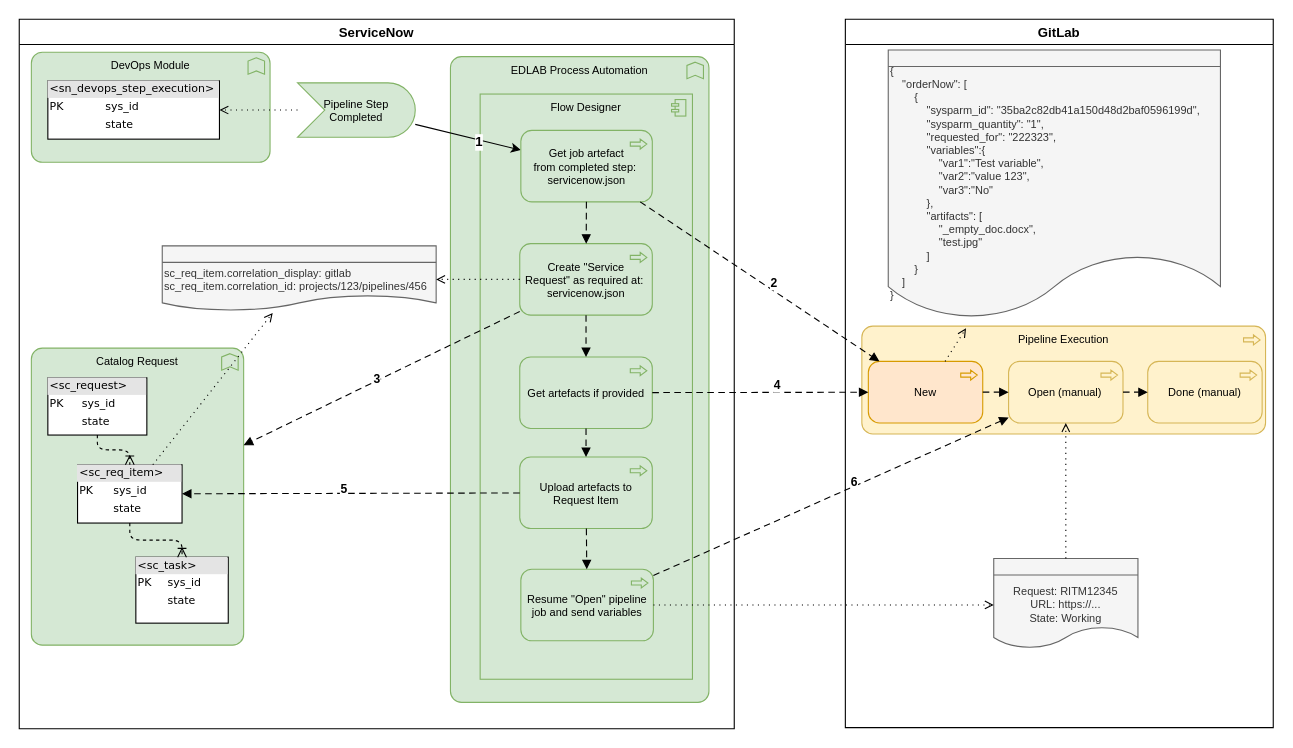
Above: page "Open" (3 of 5) of GitLab2SN.drawio in algimas/tmp (draw.io), before the change. Source tidied: cells renumbered, new cells numbered last; positions are measured from the earlier drawing's top-left corner, leaving out a move shared by most shapes. Both pictures are drawn from the tidied source at 110%, with x=0, y=0 at pixel (19, 19).
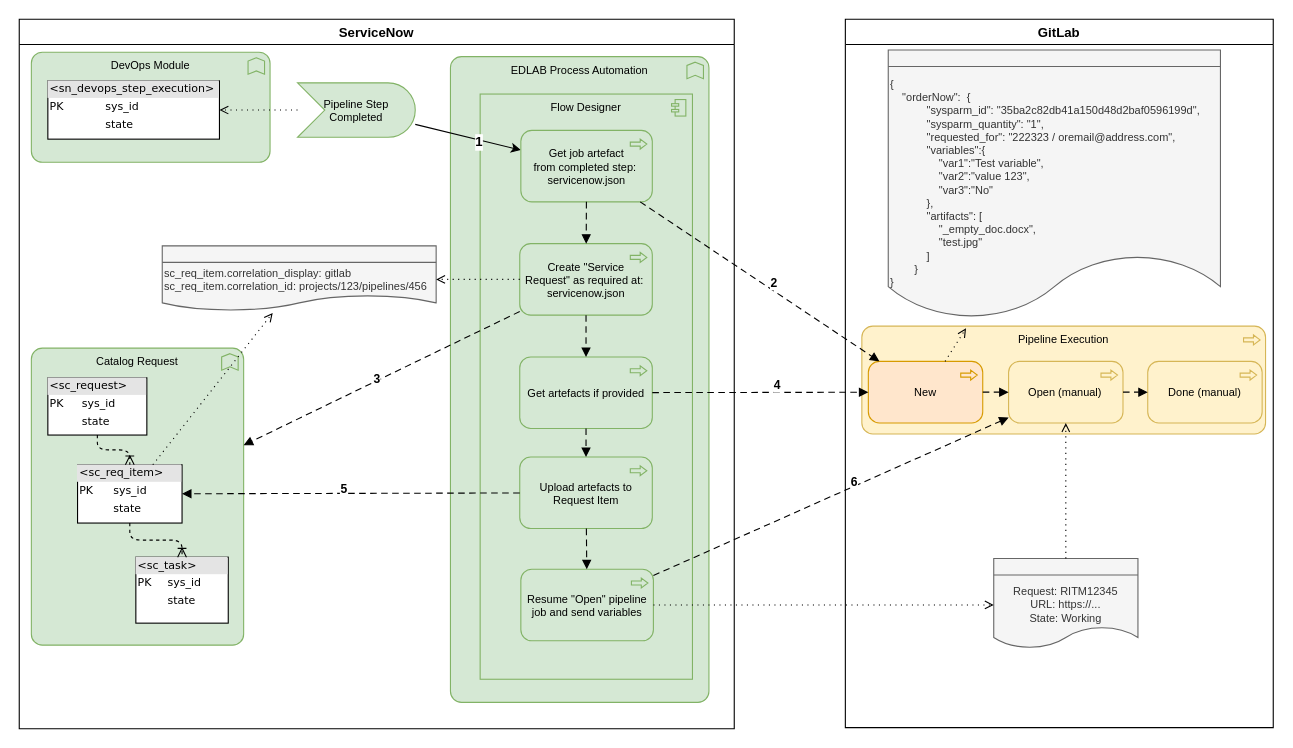
The same diagram, later.

Unchanged cells that the change refers to:
```xml
<mxCell id="3" value="GitLab" style="swimlane;" parent="1" vertex="1">
  <mxGeometry x="751" width="389" height="644" as="geometry" />
</mxCell>
```

What changed in the source:
```diff
@@
-    <mxCell id="9" value="&lt;div style=&quot;font-size: 10px;&quot;&gt;&lt;div&gt;{&lt;/div&gt;&lt;div&gt;&amp;nbsp; &amp;nbsp; &quot;orderNow&quot;: [&lt;/div&gt;&lt;div&gt;&amp;nbsp; &amp;nbsp; &amp;nbsp; &amp;nbsp; {&lt;/div&gt;&lt;div&gt;&amp;nbsp; &amp;nbsp; &amp;nbsp; &amp;nbsp; &amp;nbsp; &amp;nbsp; &quot;sysparm_id&quot;: &quot;35ba2c82db41a150d48d2baf0596199d&quot;,&amp;nbsp;&lt;/div&gt;&lt;div&gt;&amp;nbsp; &amp;nbsp; &amp;nbsp; &amp;nbsp; &amp;nbsp; &amp;nbsp; &quot;sysparm_quantity&quot;: &quot;1&quot;,&lt;/div&gt;&lt;div&gt;&amp;nbsp; &amp;nbsp; &amp;nbsp; &amp;nbsp; &amp;nbsp; &amp;nbsp; &quot;requested_for&quot;: &quot;222323&quot;,&lt;/div&gt;&lt;div&gt;&amp;nbsp; &amp;nbsp; &amp;nbsp; &amp;nbsp; &amp;nbsp; &amp;nbsp; &quot;variables&quot;:{&lt;/div&gt;&lt;div&gt;&amp;nbsp; &amp;nbsp; &amp;nbsp; &amp;nbsp; &amp;nbsp; &amp;nbsp; &amp;nbsp; &amp;nbsp; &quot;var1&quot;:&quot;Test variable&quot;,&lt;/div&gt;&lt;div&gt;&amp;nbsp; &amp;nbsp; &amp;nbsp; &amp;nbsp; &amp;nbsp; &amp;nbsp; &amp;nbsp; &amp;nbsp; &quot;var2&quot;:&quot;value 123&quot;,&lt;/div&gt;&lt;div&gt;&amp;nbsp; &amp;nbsp; &amp;nbsp; &amp;nbsp; &amp;nbsp; &amp;nbsp; &amp;nbsp; &amp;nbsp; &quot;var3&quot;:&quot;No&quot;&lt;/div&gt;&lt;div&gt;&amp;nbsp; &amp;nbsp; &amp;nbsp; &amp;nbsp; &amp;nbsp; &amp;nbsp; },&lt;/div&gt;&lt;div&gt;&amp;nbsp; &amp;nbsp; &amp;nbsp; &amp;nbsp; &amp;nbsp; &amp;nbsp; &quot;artifacts&quot;: [&lt;/div&gt;&lt;div&gt;&amp;nbsp; &amp;nbsp; &amp;nbsp; &amp;nbsp; &amp;nbsp; &amp;nbsp; &amp;nbsp; &amp;nbsp; &quot;_empty_doc.docx&quot;,&lt;/div&gt;&lt;div&gt;&amp;nbsp; &amp;nbsp; &amp;nbsp; &amp;nbsp; &amp;nbsp; &amp;nbsp; &amp;nbsp; &amp;nbsp; &quot;test.jpg&quot;&lt;/div&gt;&lt;div&gt;&amp;nbsp; &amp;nbsp; &amp;nbsp; &amp;nbsp; &amp;nbsp; &amp;nbsp; ]&lt;/div&gt;&lt;div&gt;&amp;nbsp; &amp;nbsp; &amp;nbsp; &amp;nbsp; }&lt;/div&gt;&lt;div&gt;&amp;nbsp; &amp;nbsp; ]&lt;/div&gt;&lt;div&gt;}&lt;/div&gt;&lt;div&gt;&lt;br&gt;&lt;/div&gt;&lt;/div&gt;" style="html=1;outlineConnect=0;whiteSpace=wrap;fillColor=#f5f5f5;shape=mxgraph.archimate3.representation;fontSize=10;align=left;strokeColor=#666666;fontColor=#333333;" parent="3" vertex="1">
+    <mxCell id="9" value="&lt;div style=&quot;font-size: 10px;&quot;&gt;&lt;div&gt;{&lt;/div&gt;&lt;div&gt;&amp;nbsp; &amp;nbsp; &quot;orderNow&quot;:&amp;nbsp;&lt;span style=&quot;background-color: initial;&quot;&gt;&amp;nbsp;{&lt;/span&gt;&lt;/div&gt;&lt;div&gt;&amp;nbsp; &amp;nbsp; &amp;nbsp; &amp;nbsp; &amp;nbsp; &amp;nbsp; &quot;sysparm_id&quot;: &quot;35ba2c82db41a150d48d2baf0596199d&quot;,&amp;nbsp;&lt;/div&gt;&lt;div&gt;&amp;nbsp; &amp;nbsp; &amp;nbsp; &amp;nbsp; &amp;nbsp; &amp;nbsp; &quot;sysparm_quantity&quot;: &quot;1&quot;,&lt;/div&gt;&lt;div&gt;&amp;nbsp; &amp;nbsp; &amp;nbsp; &amp;nbsp; &amp;nbsp; &amp;nbsp; &quot;requested_for&quot;: &quot;222323 / oremail@address.com&quot;,&lt;/div&gt;&lt;div&gt;&amp;nbsp; &amp;nbsp; &amp;nbsp; &amp;nbsp; &amp;nbsp; &amp;nbsp; &quot;variables&quot;:{&lt;/div&gt;&lt;div&gt;&amp;nbsp; &amp;nbsp; &amp;nbsp; &amp;nbsp; &amp;nbsp; &amp;nbsp; &amp;nbsp; &amp;nbsp; &quot;var1&quot;:&quot;Test variable&quot;,&lt;/div&gt;&lt;div&gt;&amp;nbsp; &amp;nbsp; &amp;nbsp; &amp;nbsp; &amp;nbsp; &amp;nbsp; &amp;nbsp; &amp;nbsp; &quot;var2&quot;:&quot;value 123&quot;,&lt;/div&gt;&lt;div&gt;&amp;nbsp; &amp;nbsp; &amp;nbsp; &amp;nbsp; &amp;nbsp; &amp;nbsp; &amp;nbsp; &amp;nbsp; &quot;var3&quot;:&quot;No&quot;&lt;/div&gt;&lt;div&gt;&amp;nbsp; &amp;nbsp; &amp;nbsp; &amp;nbsp; &amp;nbsp; &amp;nbsp; },&lt;/div&gt;&lt;div&gt;&amp;nbsp; &amp;nbsp; &amp;nbsp; &amp;nbsp; &amp;nbsp; &amp;nbsp; &quot;artifacts&quot;: [&lt;/div&gt;&lt;div&gt;&amp;nbsp; &amp;nbsp; &amp;nbsp; &amp;nbsp; &amp;nbsp; &amp;nbsp; &amp;nbsp; &amp;nbsp; &quot;_empty_doc.docx&quot;,&lt;/div&gt;&lt;div&gt;&amp;nbsp; &amp;nbsp; &amp;nbsp; &amp;nbsp; &amp;nbsp; &amp;nbsp; &amp;nbsp; &amp;nbsp; &quot;test.jpg&quot;&lt;/div&gt;&lt;div&gt;&amp;nbsp; &amp;nbsp; &amp;nbsp; &amp;nbsp; &amp;nbsp; &amp;nbsp; ]&lt;/div&gt;&lt;div&gt;&amp;nbsp; &amp;nbsp; &amp;nbsp; &amp;nbsp; }&lt;/div&gt;&lt;div&gt;}&lt;/div&gt;&lt;div&gt;&lt;br&gt;&lt;/div&gt;&lt;/div&gt;" style="html=1;outlineConnect=0;whiteSpace=wrap;fillColor=#f5f5f5;shape=mxgraph.archimate3.representation;fontSize=10;align=left;strokeColor=#666666;fontColor=#333333;" parent="3" vertex="1">
       <mxGeometry x="39" y="28" width="302" height="253" as="geometry" />
     </mxCell>
```
